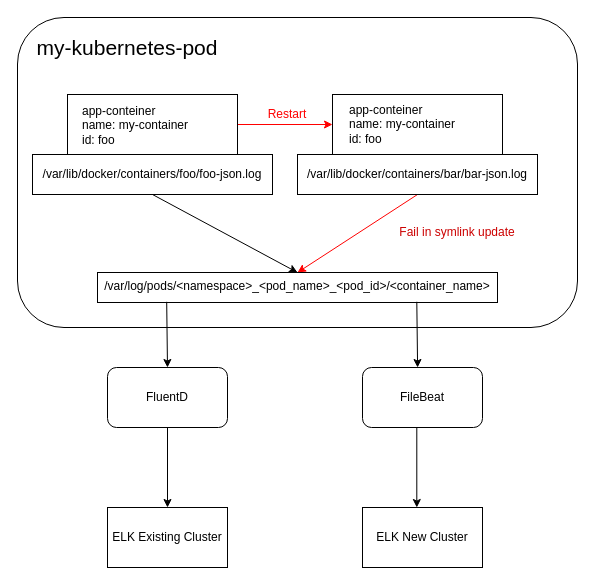
Earlier version of the draw.io diagram Untitled Diagram.drawio (yudaprama/2tactic). Source tidied: cells renumbered, new cells numbered last; positions are measured from the earlier drawing's top-left corner, leaving out a move shared by most shapes. Both pictures are drawn from the tidied source at 100%, with x=0, y=0 at pixel (17, 17).
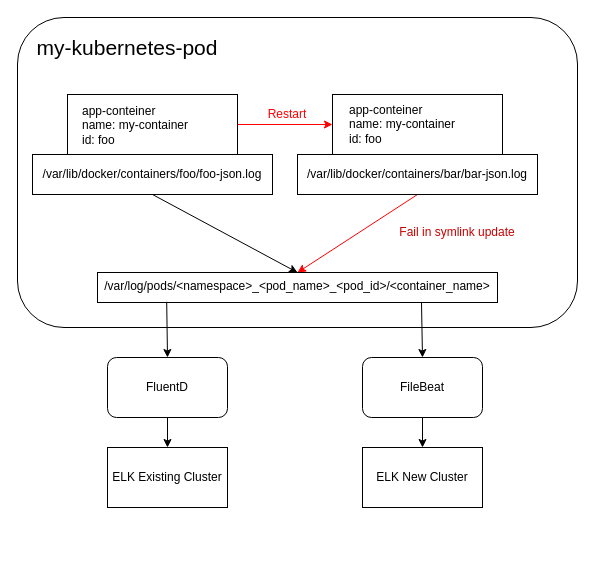
After the change.

The change refers to these unchanged cells:
```xml
<mxCell id="13" value="/var/log/pods/&amp;lt;namespace&amp;gt;_&amp;lt;pod_name&amp;gt;_&amp;lt;pod_id&amp;gt;/&amp;lt;container_name&amp;gt;" style="text;whiteSpace=wrap;html=1;strokeColor=#000000;align=center;" parent="1" vertex="1">
  <mxGeometry x="80" y="255" width="400" height="30" as="geometry" />
</mxCell>
```

Diff of the diagram source:
```diff
@@
     <mxCell id="18" value="FluentD" style="rounded=1;whiteSpace=wrap;html=1;strokeColor=#000000;" parent="1" vertex="1">
-      <mxGeometry x="90" y="350" width="120" height="60" as="geometry" />
+      <mxGeometry x="90" y="340" width="120" height="60" as="geometry" />
     </mxCell>
     <mxCell id="19" value="FileBeat" style="rounded=1;whiteSpace=wrap;html=1;strokeColor=#000000;" parent="1" vertex="1">
-      <mxGeometry x="345" y="350" width="120" height="60" as="geometry" />
+      <mxGeometry x="345" y="340" width="120" height="60" as="geometry" />
     </mxCell>
-    <mxCell id="20" style="edgeStyle=none;rounded=0;orthogonalLoop=1;jettySize=auto;html=1;exitX=0.5;exitY=0;exitDx=0;exitDy=0;entryX=0.173;entryY=0.978;entryDx=0;entryDy=0;entryPerimeter=0;endArrow=none;endFill=0;startArrow=classic;startFill=1;" parent="1" edge="1">
-      <mxGeometry relative="1" as="geometry">
-        <mxPoint x="400.1" y="350" as="sourcePoint" />
-        <mxPoint x="399.3" y="284.3" as="targetPoint" />
-      </mxGeometry>
+    <mxCell id="20" style="edgeStyle=none;rounded=0;jettySize=auto;html=1;exitX=0.5;exitY=0;exitDx=0;exitDy=0;endArrow=none;endFill=0;startArrow=classic;startFill=1;entryX=0.81;entryY=1.007;entryDx=0;entryDy=0;entryPerimeter=0;" parent="1" edge="1" source="19" target="13">
+      <mxGeometry relative="1" as="geometry" />
     </mxCell>
     <mxCell id="21" value="ELK Existing Cluster" style="rounded=0;whiteSpace=wrap;html=1;strokeColor=#000000;" parent="1" vertex="1">
-      <mxGeometry x="90" y="490" width="120" height="60" as="geometry" />
+      <mxGeometry x="90" y="430" width="120" height="60" as="geometry" />
     </mxCell>
     <mxCell id="22" value="ELK New Cluster" style="rounded=0;whiteSpace=wrap;html=1;strokeColor=#000000;" parent="1" vertex="1">
-      <mxGeometry x="345" y="490" width="120" height="60" as="geometry" />
+      <mxGeometry x="345" y="430" width="120" height="60" as="geometry" />
     </mxCell>
-    <mxCell id="23" style="edgeStyle=none;rounded=0;orthogonalLoop=1;jettySize=auto;html=1;exitX=0.5;exitY=1;exitDx=0;exitDy=0;entryX=0.5;entryY=0;entryDx=0;entryDy=0;startArrow=none;startFill=0;endArrow=classic;endFill=1;strokeColor=#000000;" parent="1" edge="1">
-      <mxGeometry relative="1" as="geometry">
-        <mxPoint x="399.3" y="410" as="sourcePoint" />
-        <mxPoint x="399.3" y="490" as="targetPoint" />
-      </mxGeometry>
+    <mxCell id="23" style="edgeStyle=none;rounded=0;jettySize=auto;html=1;startArrow=none;startFill=0;endArrow=classic;endFill=1;strokeColor=#000000;entryX=0.5;entryY=0;entryDx=0;entryDy=0;exitX=0.5;exitY=1;exitDx=0;exitDy=0;" parent="1" edge="1" source="19" target="22">
+      <mxGeometry relative="1" as="geometry" />
     </mxCell>
```
